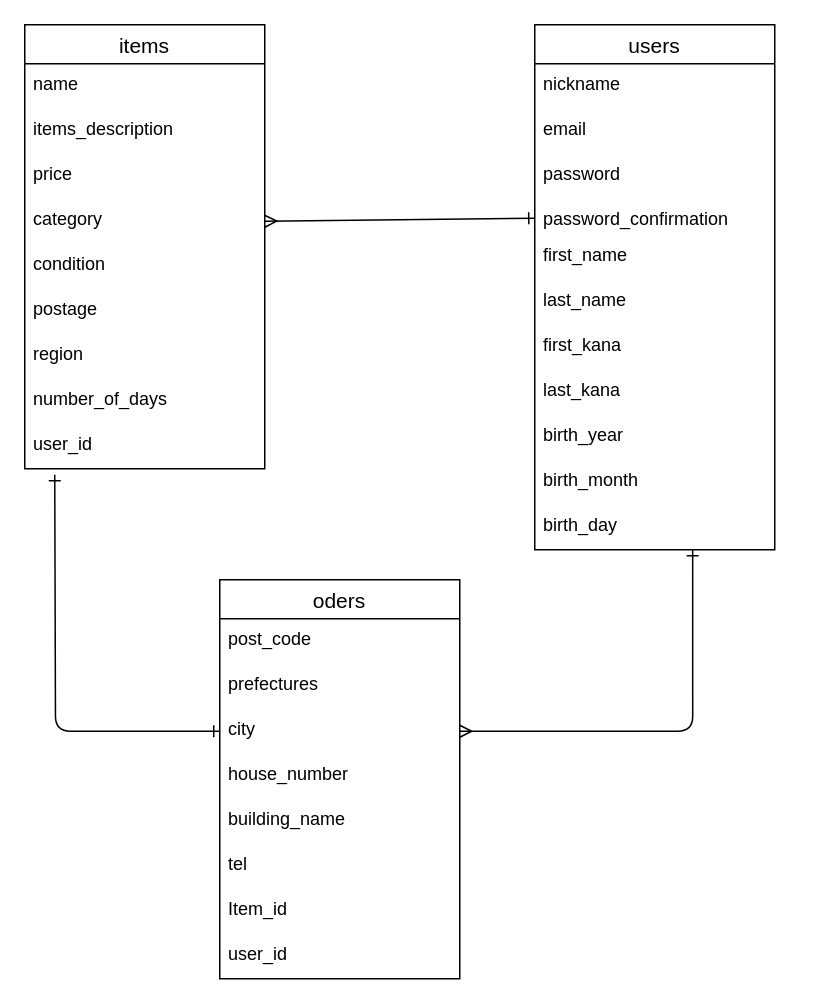
Above: furima.dio in miikousin/furima-40373 (draw.io), before the change. Source tidied: cells renumbered, new cells numbered last; positions are measured from the earlier drawing's top-left corner, leaving out a move shared by most shapes. Both pictures are drawn from the tidied source at 150%, with x=0, y=0 at pixel (24, 24).
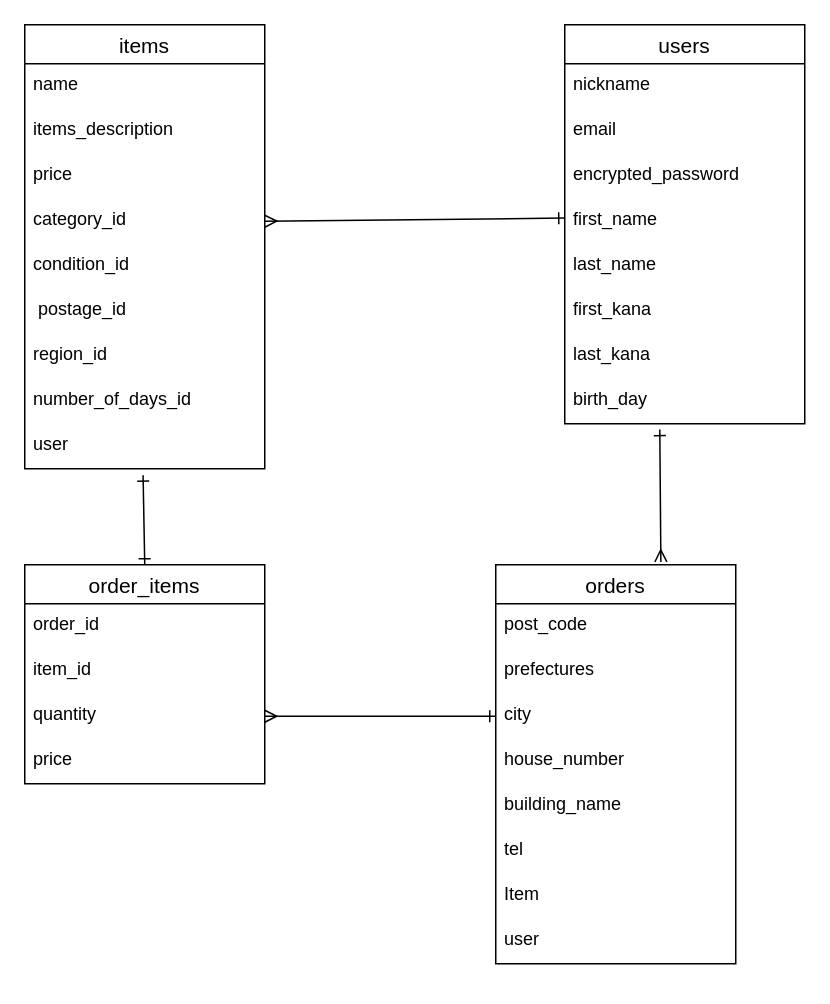
After the change.

Commit message (it also covers changes not shown here):
データベース設計の修正

Unchanged cells that the change refers to:
```xml
<mxCell id="14" value="items" style="swimlane;fontStyle=0;horizontal=1;startSize=26;align=center;fontSize=14;" parent="1" vertex="1">
  <mxGeometry width="160" height="296" as="geometry" />
</mxCell>
<mxCell id="27" value="city" style="text;strokeColor=none;fillColor=none;spacingLeft=4;spacingRight=4;overflow=hidden;points=[[0,0.5],[1,0.5]];portConstraint=eastwest;fontSize=12;" parent="24" vertex="1">
  <mxGeometry y="86" width="160" height="30" as="geometry" />
</mxCell>
```

Diff of the diagram source:
```diff
@@
     <mxCell id="2" value="users" style="swimlane;fontStyle=0;horizontal=1;startSize=26;align=center;fontSize=14;" parent="1" vertex="1">
-      <mxGeometry x="340" width="160" height="350" as="geometry" />
+      <mxGeometry x="360" width="160" height="266" as="geometry" />
     </mxCell>
@@
-    <mxCell id="5" value="password" style="text;strokeColor=none;fillColor=none;spacingLeft=4;spacingRight=4;overflow=hidden;fontSize=12;" parent="2" vertex="1">
+    <mxCell id="5" value="encrypted_password" style="text;strokeColor=none;fillColor=none;spacingLeft=4;spacingRight=4;overflow=hidden;fontSize=12;" parent="2" vertex="1">
       <mxGeometry y="86" width="160" height="30" as="geometry" />
     </mxCell>
-    <mxCell id="6" value="password_confirmation" style="text;strokeColor=none;fillColor=none;spacingLeft=4;spacingRight=4;overflow=hidden;points=[[0,0.5],[1,0.5]];portConstraint=eastwest;fontSize=12;" parent="2" vertex="1">
-      <mxGeometry y="116" width="160" height="24" as="geometry" />
-    </mxCell>
     <mxCell id="7" value="first_name" style="text;strokeColor=none;fillColor=none;spacingLeft=4;spacingRight=4;overflow=hidden;fontSize=12;" parent="2" vertex="1">
-      <mxGeometry y="140" width="160" height="30" as="geometry" />
+      <mxGeometry y="116" width="160" height="30" as="geometry" />
     </mxCell>
     <mxCell id="8" value="last_name&#10;" style="text;strokeColor=none;fillColor=none;spacingLeft=4;spacingRight=4;overflow=hidden;fontSize=12;" parent="2" vertex="1">
-      <mxGeometry y="170" width="160" height="30" as="geometry" />
+      <mxGeometry y="146" width="160" height="30" as="geometry" />
     </mxCell>
     <mxCell id="9" value="first_kana" style="text;strokeColor=none;fillColor=none;spacingLeft=4;spacingRight=4;overflow=hidden;fontSize=12;" parent="2" vertex="1">
-      <mxGeometry y="200" width="160" height="30" as="geometry" />
+      <mxGeometry y="176" width="160" height="30" as="geometry" />
     </mxCell>
     <mxCell id="10" value="last_kana" style="text;strokeColor=none;fillColor=none;spacingLeft=4;spacingRight=4;overflow=hidden;fontSize=12;" parent="2" vertex="1">
-      <mxGeometry y="230" width="160" height="30" as="geometry" />
+      <mxGeometry y="206" width="160" height="30" as="geometry" />
     </mxCell>
-    <mxCell id="11" value="birth_year" style="text;strokeColor=none;fillColor=none;spacingLeft=4;spacingRight=4;overflow=hidden;fontSize=12;" parent="2" vertex="1">
-      <mxGeometry y="260" width="160" height="30" as="geometry" />
-    </mxCell>
-    <mxCell id="12" value="birth_month" style="text;strokeColor=none;fillColor=none;spacingLeft=4;spacingRight=4;overflow=hidden;fontSize=12;" parent="2" vertex="1">
-      <mxGeometry y="290" width="160" height="30" as="geometry" />
-    </mxCell>
     <mxCell id="13" value="birth_day" style="text;strokeColor=none;fillColor=none;spacingLeft=4;spacingRight=4;overflow=hidden;points=[[0,0.5],[1,0.5]];portConstraint=eastwest;fontSize=12;" parent="2" vertex="1">
-      <mxGeometry y="320" width="160" height="30" as="geometry" />
+      <mxGeometry y="236" width="160" height="30" as="geometry" />
     </mxCell>
@@
-    <mxCell id="18" value="category" style="text;strokeColor=none;fillColor=none;spacingLeft=4;spacingRight=4;overflow=hidden;points=[[0,0.5],[1,0.5]];portConstraint=eastwest;fontSize=12;" parent="14" vertex="1">
+    <mxCell id="18" value="category_id" style="text;strokeColor=none;fillColor=none;spacingLeft=4;spacingRight=4;overflow=hidden;points=[[0,0.5],[1,0.5]];portConstraint=eastwest;fontSize=12;" parent="14" vertex="1">
       <mxGeometry y="116" width="160" height="30" as="geometry" />
     </mxCell>
-    <mxCell id="19" value="condition" style="text;strokeColor=none;fillColor=none;spacingLeft=4;spacingRight=4;overflow=hidden;fontSize=12;" parent="14" vertex="1">
+    <mxCell id="19" value="condition_id" style="text;strokeColor=none;fillColor=none;spacingLeft=4;spacingRight=4;overflow=hidden;fontSize=12;" parent="14" vertex="1">
       <mxGeometry y="146" width="160" height="30" as="geometry" />
     </mxCell>
-    <mxCell id="20" value="postage" style="text;strokeColor=none;fillColor=none;spacingLeft=4;spacingRight=4;overflow=hidden;fontSize=12;" parent="14" vertex="1">
+    <mxCell id="20" value=" postage_id" style="text;strokeColor=none;fillColor=none;spacingLeft=4;spacingRight=4;overflow=hidden;fontSize=12;" parent="14" vertex="1">
       <mxGeometry y="176" width="160" height="30" as="geometry" />
     </mxCell>
-    <mxCell id="21" value="region" style="text;strokeColor=none;fillColor=none;spacingLeft=4;spacingRight=4;overflow=hidden;fontSize=12;" parent="14" vertex="1">
+    <mxCell id="21" value="region_id" style="text;strokeColor=none;fillColor=none;spacingLeft=4;spacingRight=4;overflow=hidden;fontSize=12;" parent="14" vertex="1">
       <mxGeometry y="206" width="160" height="30" as="geometry" />
     </mxCell>
-    <mxCell id="22" value="number_of_days" style="text;strokeColor=none;fillColor=none;spacingLeft=4;spacingRight=4;overflow=hidden;fontSize=12;" parent="14" vertex="1">
+    <mxCell id="22" value="number_of_days_id" style="text;strokeColor=none;fillColor=none;spacingLeft=4;spacingRight=4;overflow=hidden;fontSize=12;" parent="14" vertex="1">
       <mxGeometry y="236" width="160" height="30" as="geometry" />
     </mxCell>
-    <mxCell id="23" value="user_id" style="text;strokeColor=none;fillColor=none;spacingLeft=4;spacingRight=4;overflow=hidden;points=[[0,0.5],[1,0.5]];portConstraint=eastwest;fontSize=12;" parent="14" vertex="1">
+    <mxCell id="23" value="user" style="text;strokeColor=none;fillColor=none;spacingLeft=4;spacingRight=4;overflow=hidden;points=[[0,0.5],[1,0.5]];portConstraint=eastwest;fontSize=12;" parent="14" vertex="1">
       <mxGeometry y="266" width="160" height="30" as="geometry" />
     </mxCell>
-    <mxCell id="24" value="oders" style="swimlane;fontStyle=0;horizontal=1;startSize=26;align=center;fontSize=14;" parent="1" vertex="1">
-      <mxGeometry x="130" y="370" width="160" height="266" as="geometry" />
+    <mxCell id="24" value="orders" style="swimlane;fontStyle=0;horizontal=1;startSize=26;align=center;fontSize=14;" parent="1" vertex="1">
+      <mxGeometry x="314" y="360" width="160" height="266" as="geometry" />
     </mxCell>
@@
-    <mxCell id="31" value="Item_id&#10;" style="text;strokeColor=none;fillColor=none;spacingLeft=4;spacingRight=4;overflow=hidden;fontSize=12;" parent="24" vertex="1">
+    <mxCell id="31" value="Item" style="text;strokeColor=none;fillColor=none;spacingLeft=4;spacingRight=4;overflow=hidden;fontSize=12;" parent="24" vertex="1">
       <mxGeometry y="206" width="160" height="30" as="geometry" />
     </mxCell>
-    <mxCell id="32" value="user_id" style="text;strokeColor=none;fillColor=none;spacingLeft=4;spacingRight=4;overflow=hidden;fontSize=12;" parent="24" vertex="1">
+    <mxCell id="32" value="user" style="text;strokeColor=none;fillColor=none;spacingLeft=4;spacingRight=4;overflow=hidden;fontSize=12;" parent="24" vertex="1">
       <mxGeometry y="236" width="160" height="30" as="geometry" />
     </mxCell>
-    <mxCell id="33" style="edgeStyle=none;html=1;exitX=1;exitY=0.5;exitDx=0;exitDy=0;startArrow=ERmany;startFill=0;endArrow=ERone;endFill=0;" parent="1" edge="1" source="18" target="6">
-      <mxGeometry relative="1" as="geometry" />
+    <mxCell id="33" style="edgeStyle=none;html=1;exitX=1;exitY=0.5;exitDx=0;exitDy=0;startArrow=ERmany;startFill=0;endArrow=ERone;endFill=0;" parent="1" edge="1" source="18">
+      <mxGeometry relative="1" as="geometry">
+        <mxPoint x="360" y="128.9" as="targetPoint" />
+      </mxGeometry>
     </mxCell>
-    <mxCell id="34" style="edgeStyle=orthogonalEdgeStyle;html=1;exitX=0;exitY=0.5;exitDx=0;exitDy=0;startArrow=ERone;startFill=0;endArrow=ERone;endFill=0;" parent="1" edge="1" source="27">
-      <mxGeometry relative="1" as="geometry">
-        <mxPoint x="20" y="300" as="targetPoint" />
-      </mxGeometry>
-    </mxCell>
-    <mxCell id="35" style="edgeStyle=orthogonalEdgeStyle;html=1;exitX=1;exitY=0.5;exitDx=0;exitDy=0;entryX=0.658;entryY=1;entryDx=0;entryDy=0;entryPerimeter=0;startArrow=ERmany;startFill=0;endArrow=ERone;endFill=0;" parent="1" edge="1" source="27" target="13">
-      <mxGeometry relative="1" as="geometry" />
-    </mxCell>
+    <mxCell id="36" style="edgeStyle=none;html=1;exitX=0.396;exitY=1.13;exitDx=0;exitDy=0;entryX=0.688;entryY=-0.007;entryDx=0;entryDy=0;entryPerimeter=0;startArrow=ERone;startFill=0;endArrow=ERmany;endFill=0;exitPerimeter=0;" parent="1" edge="1" source="13" target="24">
+      <mxGeometry relative="1" as="geometry" />
+    </mxCell>
+    <mxCell id="37" style="edgeStyle=none;html=1;exitX=0.5;exitY=0;exitDx=0;exitDy=0;entryX=0.493;entryY=1.142;entryDx=0;entryDy=0;entryPerimeter=0;startArrow=ERone;startFill=0;endArrow=ERone;endFill=0;" parent="1" edge="1" source="38" target="23">
+      <mxGeometry relative="1" as="geometry" />
+    </mxCell>
+    <mxCell id="38" value="order_items" style="swimlane;fontStyle=0;horizontal=1;startSize=26;align=center;fontSize=14;" parent="1" vertex="1">
+      <mxGeometry y="360" width="160" height="146" as="geometry" />
+    </mxCell>
+    <mxCell id="39" value="order_id" style="text;strokeColor=none;fillColor=none;spacingLeft=4;spacingRight=4;overflow=hidden;fontSize=12;" parent="38" vertex="1">
+      <mxGeometry y="26" width="160" height="30" as="geometry" />
+    </mxCell>
+    <mxCell id="40" value="item_id" style="text;strokeColor=none;fillColor=none;spacingLeft=4;spacingRight=4;overflow=hidden;fontSize=12;" parent="38" vertex="1">
+      <mxGeometry y="56" width="160" height="30" as="geometry" />
+    </mxCell>
+    <mxCell id="41" value="quantity" style="text;strokeColor=none;fillColor=none;spacingLeft=4;spacingRight=4;overflow=hidden;points=[[0,0.5],[1,0.5]];portConstraint=eastwest;fontSize=12;" parent="38" vertex="1">
+      <mxGeometry y="86" width="160" height="30" as="geometry" />
+    </mxCell>
+    <mxCell id="42" value="price" style="text;strokeColor=none;fillColor=none;spacingLeft=4;spacingRight=4;overflow=hidden;fontSize=12;" parent="38" vertex="1">
+      <mxGeometry y="116" width="160" height="30" as="geometry" />
+    </mxCell>
+    <mxCell id="43" style="edgeStyle=none;html=1;exitX=0;exitY=0.5;exitDx=0;exitDy=0;entryX=1;entryY=0.5;entryDx=0;entryDy=0;startArrow=ERone;startFill=0;endArrow=ERmany;endFill=0;" parent="1" edge="1" source="27" target="41">
+      <mxGeometry relative="1" as="geometry" />
+    </mxCell>
```
